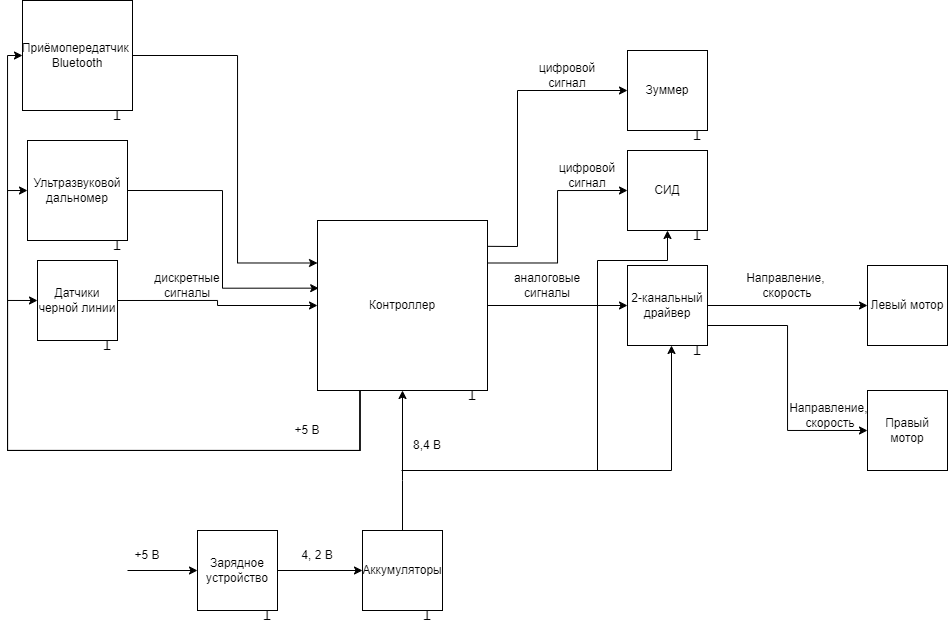
ksinph/PSTU_LABS_2023 keeps this draw.io diagram as AcariTech struct.drawio.png. Above is the earlier version. Source tidied: cells renumbered, new cells last; positions are measured from the earlier drawing's top-left corner, leaving out a move shared by most shapes.
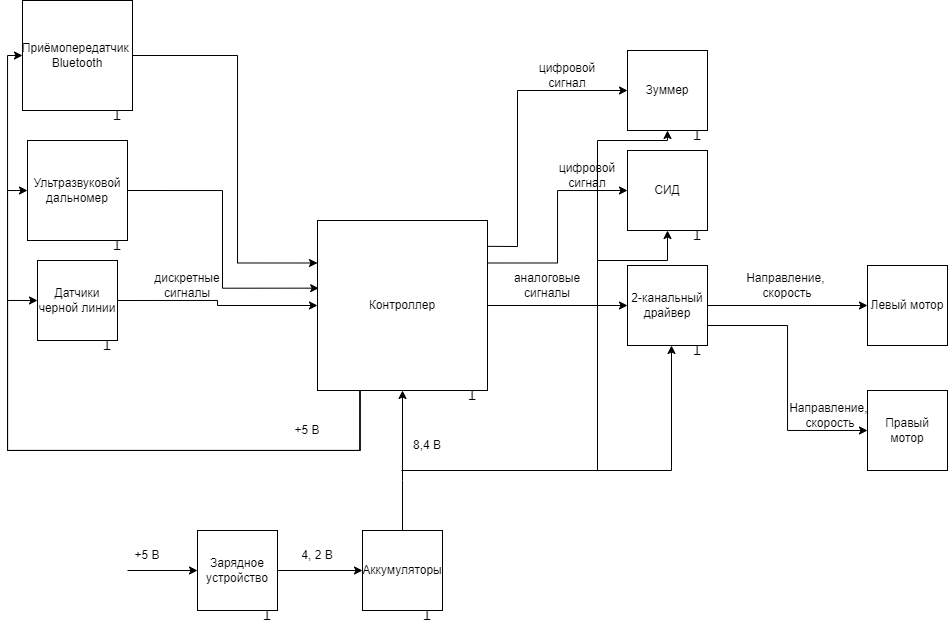
Later version of the same file.

Change to the diagram source:
```diff
@@ -189,5 +189,15 @@
     <mxCell id="47" value="T" style="text;html=1;align=center;verticalAlign=middle;whiteSpace=wrap;rounded=0;rotation=-180;" parent="1" vertex="1">
       <mxGeometry x="80" y="100" width="60" height="30" as="geometry" />
     </mxCell>
+    <mxCell id="48" style="endArrow=classic;html=1;rounded=0;" parent="1" edge="1">
+      <mxGeometry relative="1" as="geometry">
+        <mxPoint x="590" y="260" as="sourcePoint" />
+        <mxPoint x="660" y="130" as="targetPoint" />
+        <Array as="points">
+          <mxPoint x="590" y="140" />
+          <mxPoint x="660" y="140" />
+        </Array>
+      </mxGeometry>
+    </mxCell>
   </root>
 </mxGraphModel>
```
